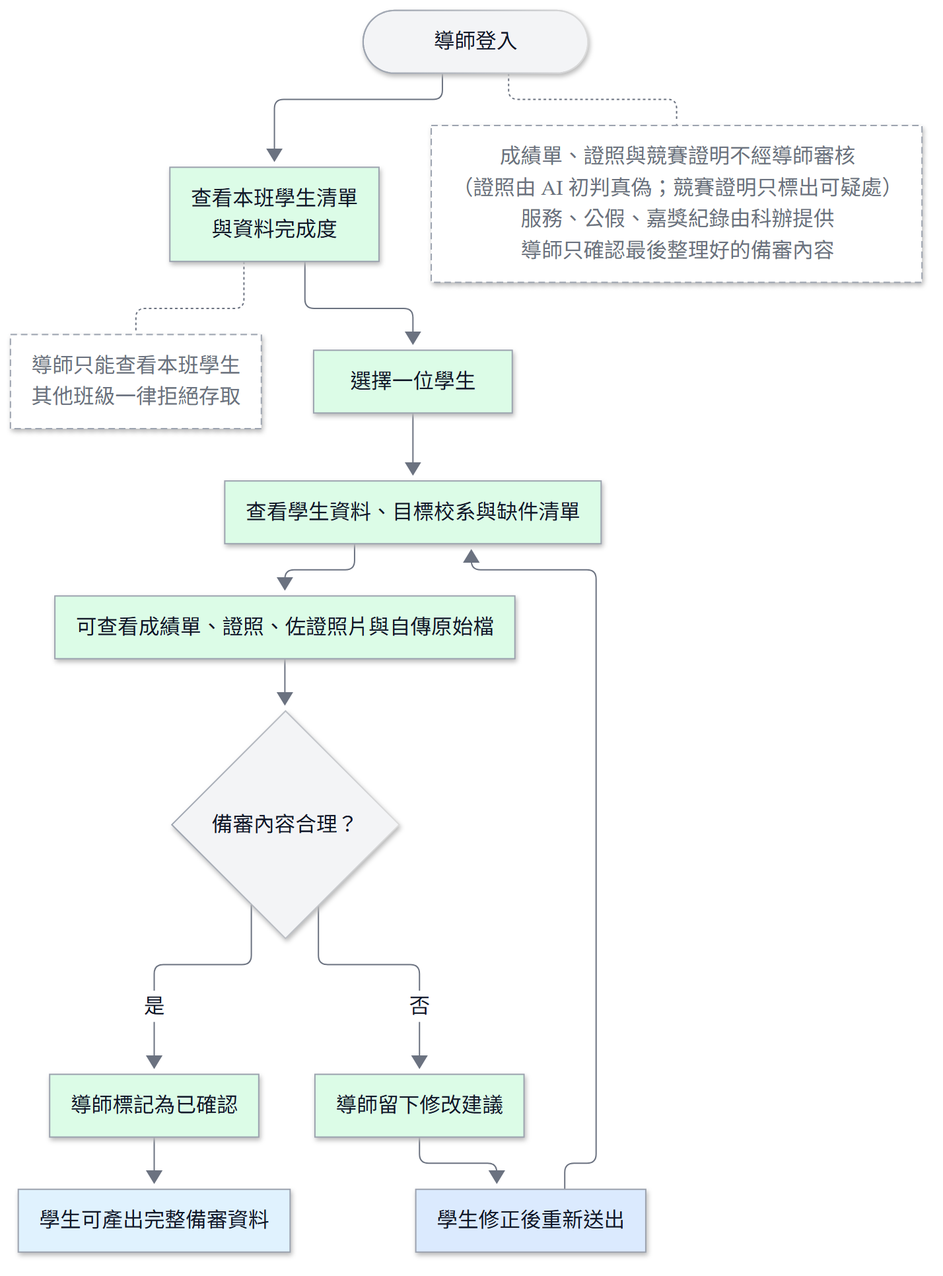
Earlier version of the Mermaid export docs/images/D-16-teacher-confirm-flow.png (vujhdcusa/1028). Its source is kept beside it as docs/images/D-16-teacher-confirm-flow.mmd.
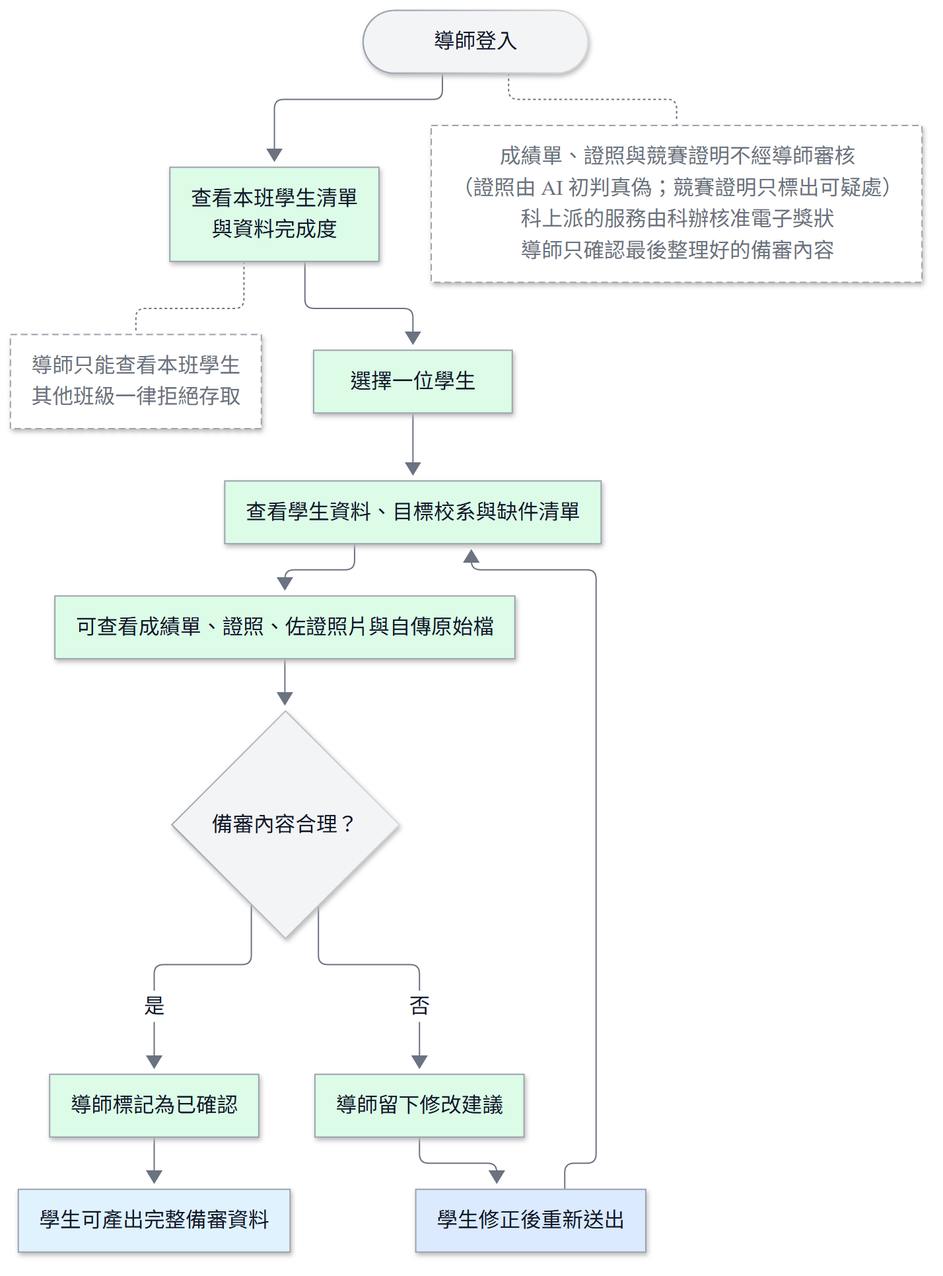
The same diagram one commit later.

Diff of the diagram source:
```diff
@@ -11,7 +11,7 @@
 
     Start([導師登入]) --> List[查看本班學生清單<br/>與資料完成度]:::teacher
     List -.- Scope[導師只能查看本班學生<br/>其他班級一律拒絕存取]:::pending
-    Start -.- NoCert[成績單、證照與競賽證明不經導師審核<br/>（證照由 AI 初判真偽；競賽證明只標出可疑處）<br/>服務、公假、嘉獎紀錄由科辦提供<br/>導師只確認最後整理好的備審內容]:::pending
+    Start -.- NoCert[成績單、證照與競賽證明不經導師審核<br/>（證照由 AI 初判真偽；競賽證明只標出可疑處）<br/>科上派的服務由科辦核准電子獎狀<br/>導師只確認最後整理好的備審內容]:::pending
     List --> Pick[選擇一位學生]:::teacher
     Pick --> View[查看學生資料、目標校系與缺件清單]:::teacher
     View --> Original[可查看成績單、證照、佐證照片與自傳原始檔]:::teacher
```
